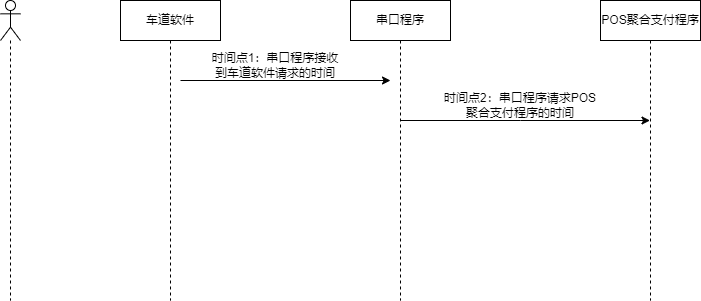
Before: 无感支付1.png, a diagram exported from draw.io (songyibo2019/mydiagrams). Source tidied: cells renumbered, new cells last; positions are measured from the earlier drawing's top-left corner, leaving out a move shared by most shapes.
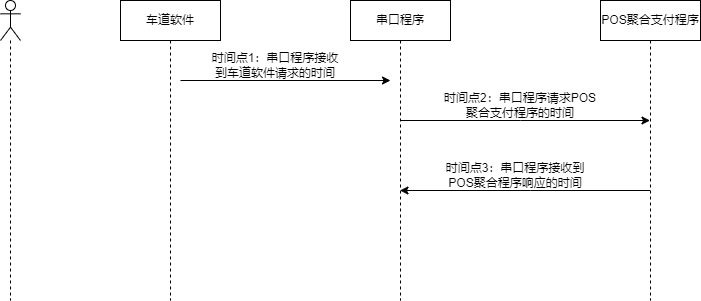
After the change.

Diff of the diagram source:
```diff
@@ -33,5 +33,15 @@
     <mxCell id="9" value="时间点2：串口程序请求POS聚合支付程序的时间" style="text;html=1;strokeColor=none;fillColor=none;align=center;verticalAlign=middle;whiteSpace=wrap;rounded=0;" parent="1" vertex="1">
       <mxGeometry x="440" y="90" width="160" height="30" as="geometry" />
     </mxCell>
+    <mxCell id="10" style="endArrow=classic;html=1;rounded=0;" parent="1" edge="1" source="4" target="3">
+      <mxGeometry relative="1" as="geometry">
+        <Array as="points">
+          <mxPoint x="530" y="190" />
+        </Array>
+      </mxGeometry>
+    </mxCell>
+    <mxCell id="11" value="时间点3：串口程序接收到POS聚合程序响应的时间" style="text;html=1;strokeColor=none;fillColor=none;align=center;verticalAlign=middle;whiteSpace=wrap;rounded=0;" parent="1" vertex="1">
+      <mxGeometry x="440" y="160" width="150" height="30" as="geometry" />
+    </mxCell>
   </root>
 </mxGraphModel>
```
